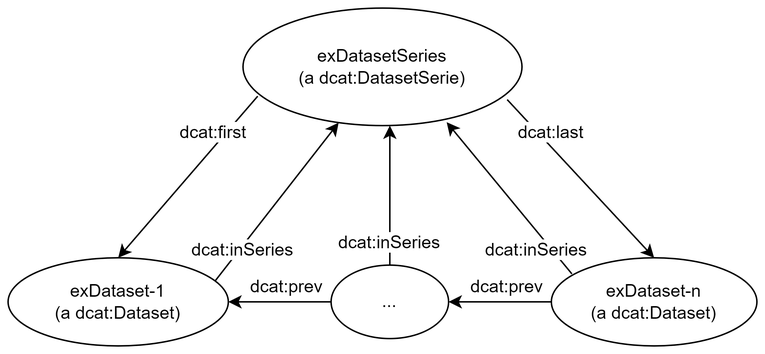
Earlier version of the draw.io export docs/images/Figur-ordnet-datasettserie.png (Informasjonsforvaltning/dcat-ap-no). Source tidied: cells renumbered, new cells last; positions are measured from the earlier drawing's top-left corner, leaving out a move shared by most shapes.
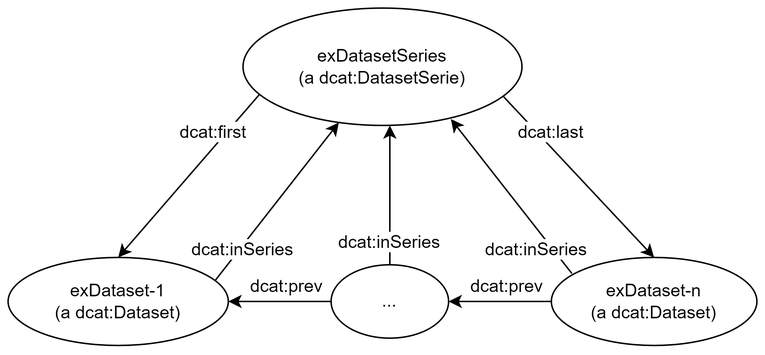
After the commit.

Commit message:
Oppdaterer noen tegninger

Change to the diagram source:
```diff
@@ -17,7 +17,7 @@
     <mxCell id="6" value="&lt;span style=&quot;background-color: rgb(255, 255, 255);&quot;&gt;dcat:inSeries&lt;/span&gt;" style="text;html=1;strokeColor=none;fillColor=none;align=center;verticalAlign=middle;whiteSpace=wrap;rounded=0;" parent="1" vertex="1">
       <mxGeometry x="130" y="150" width="60" height="30" as="geometry" />
     </mxCell>
-    <mxCell id="7" style="endArrow=classic;html=1;rounded=0;entryX=0.73;entryY=0.971;entryDx=0;entryDy=0;entryPerimeter=0;exitX=0.1;exitY=0.183;exitDx=0;exitDy=0;exitPerimeter=0;" parent="1" edge="1" source="4" target="2">
+    <mxCell id="7" style="endArrow=classic;html=1;rounded=0;entryX=0.745;entryY=0.945;entryDx=0;entryDy=0;entryPerimeter=0;exitX=0.1;exitY=0.183;exitDx=0;exitDy=0;exitPerimeter=0;" parent="1" edge="1" source="4" target="2">
       <mxGeometry relative="1" as="geometry" />
     </mxCell>
     <mxCell id="8" value="&lt;span style=&quot;background-color: rgb(255, 255, 255);&quot;&gt;dcat:inSeries&lt;/span&gt;" style="text;html=1;strokeColor=none;fillColor=none;align=center;verticalAlign=middle;whiteSpace=wrap;rounded=0;" parent="1" vertex="1">
@@ -46,15 +46,13 @@
     <mxCell id="15" value="&lt;span style=&quot;background-color: rgb(255, 255, 255);&quot;&gt;dcat:inSeries&lt;/span&gt;" style="text;html=1;strokeColor=none;fillColor=none;align=center;verticalAlign=middle;whiteSpace=wrap;rounded=0;" parent="1" vertex="1">
       <mxGeometry x="230" y="145" width="60" height="30" as="geometry" />
     </mxCell>
-    <mxCell id="16" style="endArrow=classic;html=1;rounded=0;entryX=0.5;entryY=0;entryDx=0;entryDy=0;" parent="1" edge="1" target="3">
-      <mxGeometry relative="1" as="geometry">
-        <mxPoint x="170" y="60" as="sourcePoint" />
-      </mxGeometry>
+    <mxCell id="16" style="endArrow=classic;html=1;rounded=0;entryX=0.5;entryY=0;entryDx=0;entryDy=0;exitX=0.059;exitY=0.736;exitDx=0;exitDy=0;exitPerimeter=0;" parent="1" edge="1" source="2" target="3">
+      <mxGeometry relative="1" as="geometry" />
     </mxCell>
     <mxCell id="17" value="&lt;span style=&quot;background-color: rgb(255, 255, 255);&quot;&gt;dcat:first&lt;/span&gt;" style="text;html=1;strokeColor=none;fillColor=none;align=center;verticalAlign=middle;whiteSpace=wrap;rounded=0;" parent="1" vertex="1">
       <mxGeometry x="110" y="70" width="60" height="30" as="geometry" />
     </mxCell>
-    <mxCell id="18" style="endArrow=classic;html=1;rounded=0;entryX=0.5;entryY=0;entryDx=0;entryDy=0;exitX=0.947;exitY=0.779;exitDx=0;exitDy=0;exitPerimeter=0;" parent="1" edge="1" source="2" target="4">
+    <mxCell id="18" style="endArrow=classic;html=1;rounded=0;entryX=0.5;entryY=0;entryDx=0;entryDy=0;exitX=0.932;exitY=0.75;exitDx=0;exitDy=0;exitPerimeter=0;" parent="1" edge="1" source="2" target="4">
       <mxGeometry relative="1" as="geometry" />
     </mxCell>
     <mxCell id="19" value="&lt;span style=&quot;background-color: rgb(255, 255, 255);&quot;&gt;dcat:last&lt;/span&gt;" style="text;html=1;strokeColor=none;fillColor=none;align=center;verticalAlign=middle;whiteSpace=wrap;rounded=0;" parent="1" vertex="1">
```
